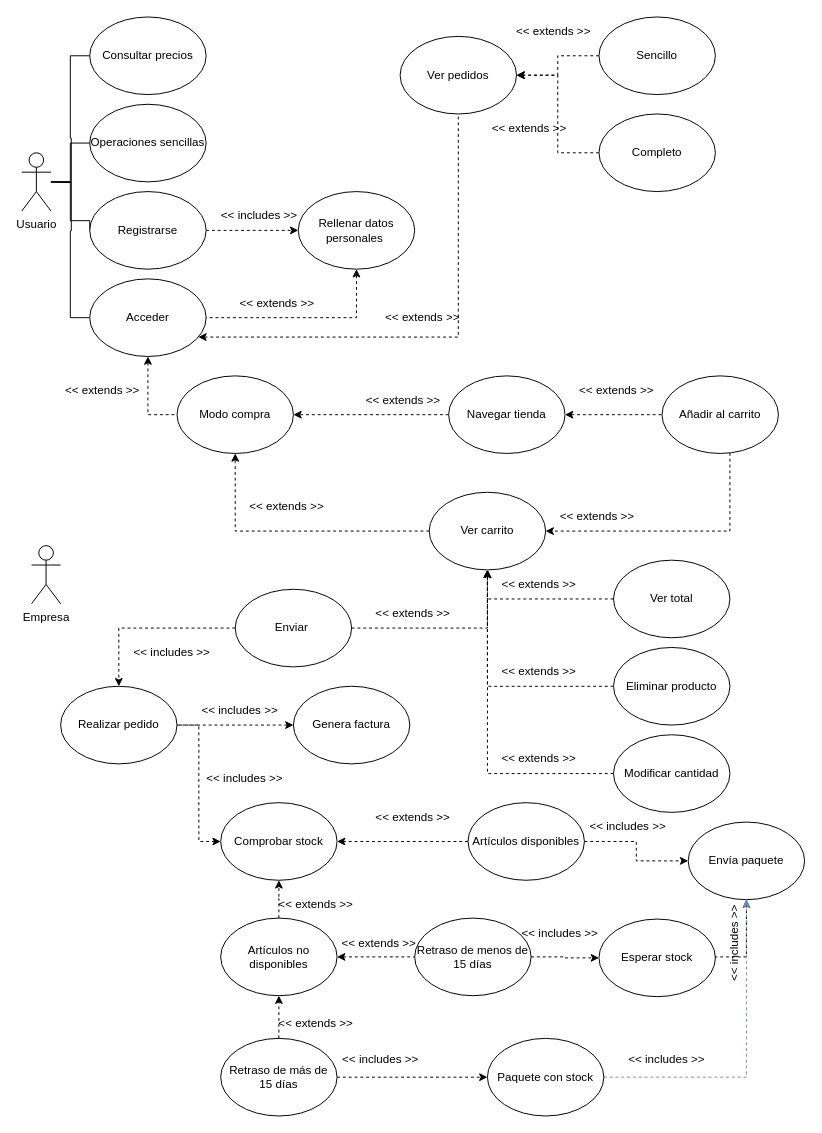
Above: Entornos/Tema 06/Tienda informática.drawio in vjp-rosangelaRC/Netbeans (draw.io), before the change. Source tidied: cells renumbered, new cells numbered last; positions are measured from the earlier drawing's top-left corner, leaving out a move shared by most shapes. Both pictures are drawn from the tidied source at 97%, with x=0, y=0 at pixel (21, 16).
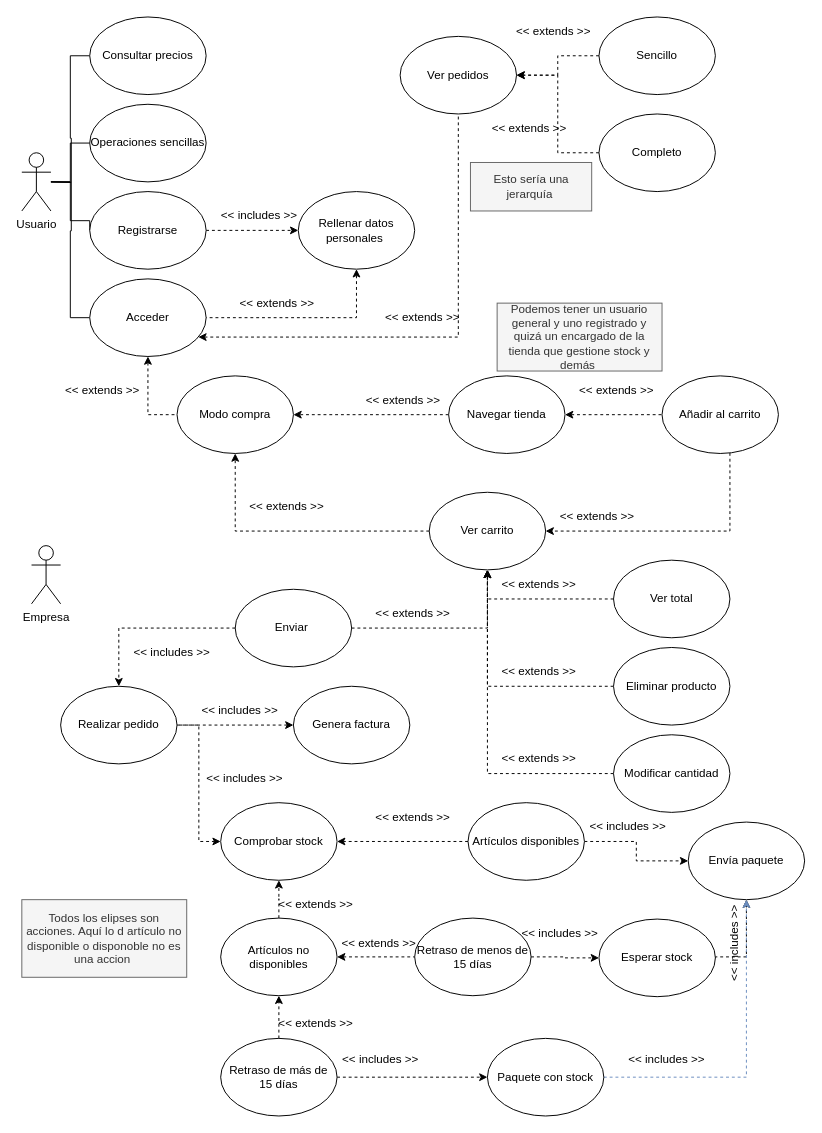
Above is the later version.

Diff of the diagram source:
```diff
@@
+    <mxCell id="87" value="Podemos tener un usuario general y uno registrado y quizá un encargado de la tienda que gestione stock y demás&amp;nbsp;" style="text;html=1;strokeColor=#666666;fillColor=#f5f5f5;align=center;verticalAlign=middle;whiteSpace=wrap;rounded=0;fontColor=#333333;" parent="1" vertex="1">
+      <mxGeometry x="490" y="295" width="170" height="70" as="geometry" />
+    </mxCell>
+    <mxCell id="88" value="Esto sería una jerarquía&amp;nbsp;" style="text;html=1;strokeColor=#666666;fillColor=#f5f5f5;align=center;verticalAlign=middle;whiteSpace=wrap;rounded=0;fontColor=#333333;" parent="1" vertex="1">
+      <mxGeometry x="462.5" y="150" width="125" height="50" as="geometry" />
+    </mxCell>
+    <mxCell id="89" value="Todos los elipses son acciones. Aquí lo d artículo no disponible o disponoble no es una accion&amp;nbsp;" style="text;html=1;strokeColor=#666666;fillColor=#f5f5f5;align=center;verticalAlign=middle;whiteSpace=wrap;rounded=0;fontColor=#333333;" parent="1" vertex="1">
+      <mxGeometry y="910" width="170" height="80" as="geometry" />
+    </mxCell>
```
